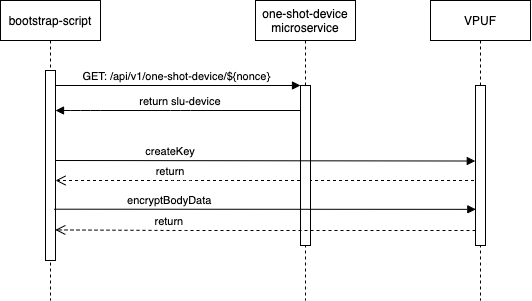
Before: slu-scripts/diagrams/sequence.png, a diagram exported from draw.io (iotaledger/cxc-slu-authenticity). Source tidied: cells renumbered, new cells last; positions are measured from the earlier drawing's top-left corner, leaving out a move shared by most shapes.
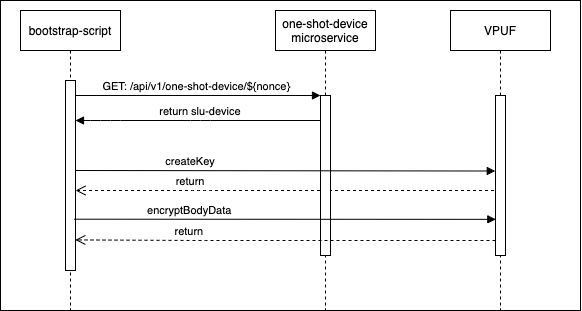
After the commit.

The edit, as a diff of the source:
```diff
@@ -1,7 +1,10 @@
-<mxGraphModel>
+<mxGraphModel background="#ffffff">
   <root>
     <mxCell id="0" />
     <mxCell id="1" parent="0" />
+    <mxCell id="14" style="rounded=0;whiteSpace=wrap;html=1;" parent="1" vertex="1">
+      <mxGeometry x="-20" y="-10" width="580" height="310" as="geometry" />
+    </mxCell>
     <mxCell id="2" value="bootstrap-script" style="shape=umlLifeline;perimeter=lifelinePerimeter;rounded=0;shadow=0;strokeWidth=1;" parent="1" vertex="1">
       <mxGeometry width="100" height="300" as="geometry" />
     </mxCell>
```
